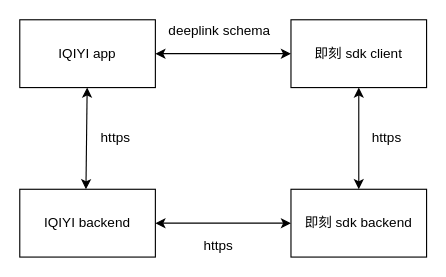
This is 青春有你 - 即刻联合开发.drawio from loc1129/uml, a draw.io file, before an edit. Source tidied: cells renumbered, new cells numbered last; positions are measured from the earlier drawing's top-left corner, leaving out a move shared by most shapes. Both pictures are drawn from the tidied source at 113%, with x=0, y=0 at pixel (19, 19).
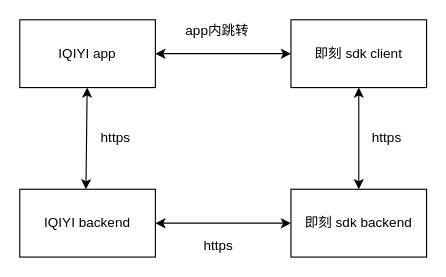
Above is the later version.

Commit message:
更新青春有你 - 即刻联合开发.drawio

Change to the diagram source:
```diff
@@
 <mxGraphModel>
   <root>
     <mxCell id="0" />
     <mxCell id="1" parent="0" />
     <mxCell id="2" value="IQIYI app" style="rounded=0;whiteSpace=wrap;html=1;" parent="1" vertex="1">
       <mxGeometry width="120" height="60" as="geometry" />
     </mxCell>
     <mxCell id="3" value="IQIYI backend" style="rounded=0;whiteSpace=wrap;html=1;" parent="1" vertex="1">
       <mxGeometry y="150" width="120" height="60" as="geometry" />
     </mxCell>
     <mxCell id="4" value="即刻 sdk client" style="rounded=0;whiteSpace=wrap;html=1;" parent="1" vertex="1">
       <mxGeometry x="240" width="120" height="60" as="geometry" />
     </mxCell>
     <mxCell id="5" value="即刻 sdk backend" style="rounded=0;whiteSpace=wrap;html=1;" parent="1" vertex="1">
       <mxGeometry x="240" y="150" width="120" height="60" as="geometry" />
     </mxCell>
     <mxCell id="6" style="endArrow=classic;startArrow=classic;html=1;entryX=0.488;entryY=0;entryDx=0;entryDy=0;entryPerimeter=0;" parent="1" edge="1" source="2" target="3">
       <mxGeometry relative="1" as="geometry" />
     </mxCell>
     <mxCell id="7" value="https" style="text;html=1;align=left;verticalAlign=top;spacingTop=-4;" parent="1" vertex="1">
       <mxGeometry x="70" y="95" width="40" height="20" as="geometry" />
     </mxCell>
     <mxCell id="8" style="endArrow=classic;startArrow=classic;html=1;exitX=1;exitY=0.5;exitDx=0;exitDy=0;entryX=0;entryY=0.5;entryDx=0;entryDy=0;" parent="1" edge="1" source="2" target="4">
       <mxGeometry relative="1" as="geometry" />
     </mxCell>
-    <mxCell id="9" value="deeplink schema" style="text;html=1;align=left;verticalAlign=top;spacingTop=-4;" parent="1" vertex="1">
-      <mxGeometry x="130" width="110" height="20" as="geometry" />
+    <mxCell id="9" value="app内跳转&lt;br&gt;" style="text;html=1;align=left;verticalAlign=top;spacingTop=-4;" parent="1" vertex="1">
+      <mxGeometry x="145" width="70" height="20" as="geometry" />
     </mxCell>
     <mxCell id="10" style="endArrow=classic;startArrow=classic;html=1;exitX=0.5;exitY=1;exitDx=0;exitDy=0;entryX=0.5;entryY=0;entryDx=0;entryDy=0;" parent="1" edge="1" source="4" target="5">
       <mxGeometry relative="1" as="geometry" />
     </mxCell>
     <mxCell id="11" value="https&lt;br&gt;" style="text;html=1;align=left;verticalAlign=top;spacingTop=-4;" parent="1" vertex="1">
       <mxGeometry x="310" y="95" width="40" height="20" as="geometry" />
     </mxCell>
     <mxCell id="12" style="endArrow=classic;startArrow=classic;html=1;exitX=0;exitY=0.5;exitDx=0;exitDy=0;entryX=1;entryY=0.5;entryDx=0;entryDy=0;" parent="1" edge="1" source="5" target="3">
       <mxGeometry relative="1" as="geometry" />
     </mxCell>
     <mxCell id="13" value="https&lt;br&gt;" style="text;html=1;align=left;verticalAlign=top;spacingTop=-4;" parent="1" vertex="1">
       <mxGeometry x="161" y="190" width="40" height="20" as="geometry" />
     </mxCell>
   </root>
 </mxGraphModel>
```
